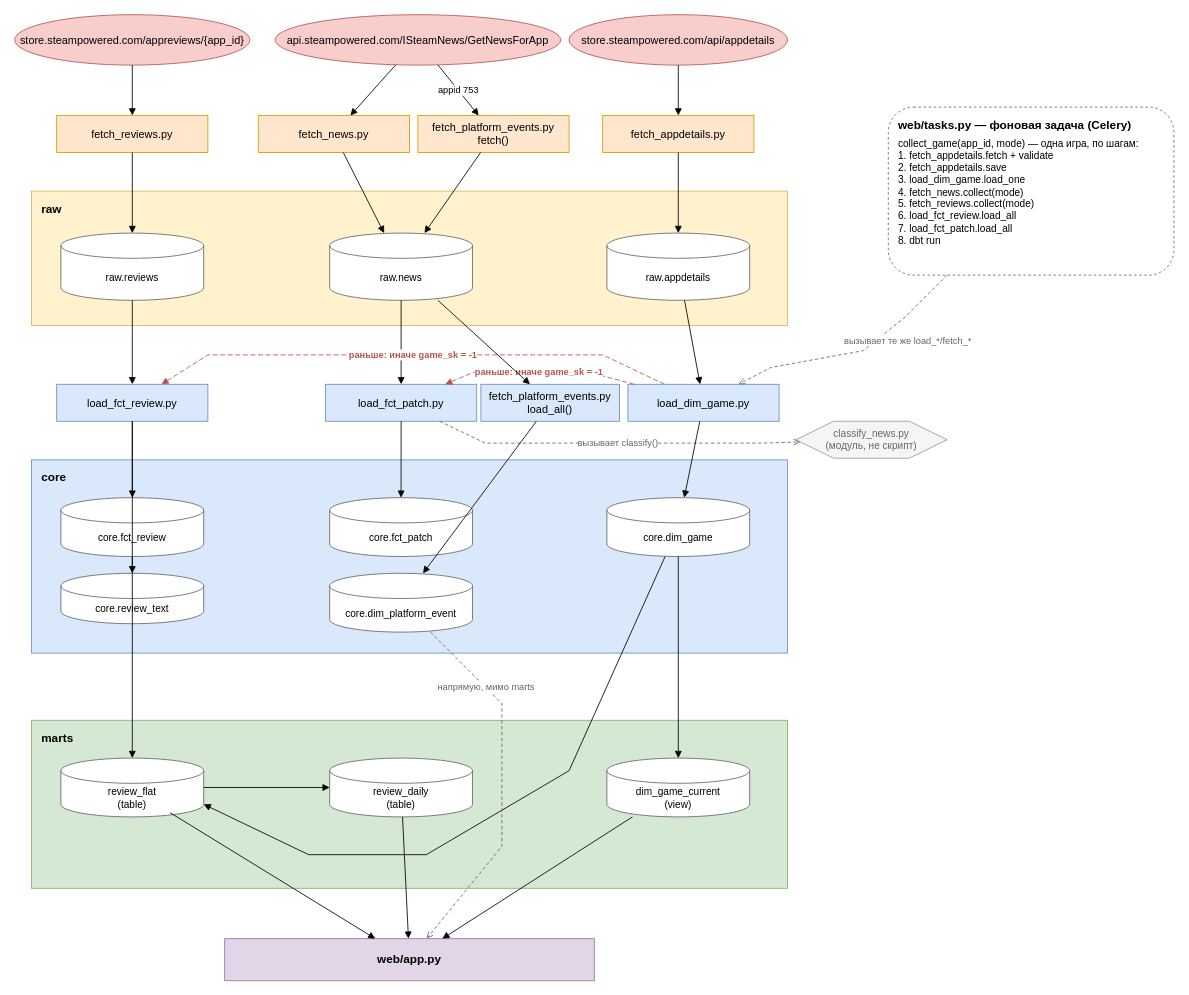
The draw.io diagram docs/er/pipeline.drawio in lebedev-ay/steam-health, before the edit. Source tidied: cells renumbered, new cells numbered last; positions are measured from the earlier drawing's top-left corner, leaving out a move shared by most shapes. Both pictures are drawn from the tidied source at 84%, with x=0, y=0 at pixel (14, 14).
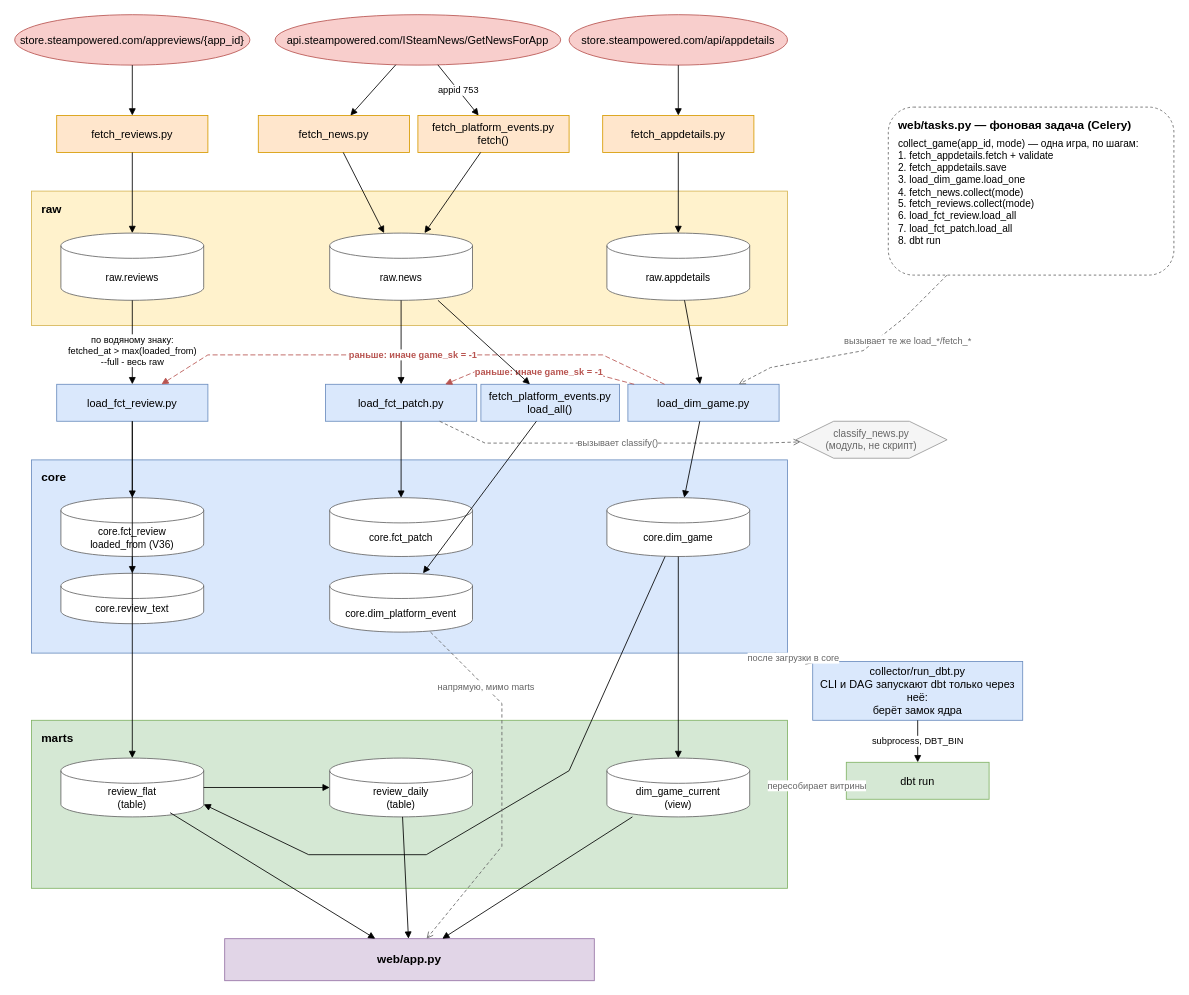
Above is the later version.

Commit message (it also covers changes not shown here):
docs: схема оркестрации, водяной знак и run_dbt.py на схеме данных

pipeline.drawio: отбор raw.reviews по loaded_from, колонка loaded_from в core.fct_review, обёртка run_dbt.py между ядром и витринами. orchestration.drawio - новая схема: кнопка через Celery и DAG steam_daily по расписанию сходятся на одном advisory-замке.

Unchanged cells that the change refers to:
```xml
<mxCell id="12" value="raw.reviews" style="shape=cylinder3;whiteSpace=wrap;html=1;boundedLbl=1;backgroundOutline=1;size=15;fontSize=12;fillColor=#ffffff;strokeColor=#666666;" parent="1" vertex="1">
  <mxGeometry x="55" y="260" width="170" height="80" as="geometry" />
</mxCell>
<mxCell id="18" value="load_fct_review.py" style="rounded=0;whiteSpace=wrap;html=1;fillColor=#dae8fc;strokeColor=#6c8ebf;fontSize=13;" parent="1" vertex="1">
  <mxGeometry x="50" y="440" width="180" height="44" as="geometry" />
</mxCell>
<mxCell id="28" value="core" style="rounded=0;whiteSpace=wrap;html=1;fillColor=#dae8fc;strokeColor=#6c8ebf;verticalAlign=top;align=left;spacingLeft=10;spacingTop=6;fontSize=14;fontStyle=1;" parent="1" vertex="1">
  <mxGeometry x="20" y="530" width="900" height="230" as="geometry" />
</mxCell>
<mxCell id="37" value="marts" style="rounded=0;whiteSpace=wrap;html=1;fillColor=#d5e8d4;strokeColor=#82b366;verticalAlign=top;align=left;spacingLeft=10;spacingTop=6;fontSize=14;fontStyle=1;" parent="1" vertex="1">
  <mxGeometry x="20" y="840" width="900" height="200" as="geometry" />
</mxCell>
```

What changed in the source:
```diff
@@
-    <mxCell id="21" style="html=1;endArrow=block;elbow=vertical;rounded=0;fontSize=11;" parent="1" edge="1" source="12" target="18">
-      <mxGeometry relative="1" as="geometry" />
+    <mxCell id="21" value="по водяному знаку:&lt;br&gt;fetched_at &amp;gt; max(loaded_from)&lt;br&gt;--full - весь raw" style="html=1;endArrow=block;elbow=vertical;rounded=0;fontSize=11;labelBackgroundColor=#ffffff;" parent="1" edge="1" source="12" target="18">
+      <mxGeometry relative="1" as="geometry">
+        <mxPoint y="10" as="offset" />
+      </mxGeometry>
     </mxCell>
@@
-    <mxCell id="29" value="core.fct_review" style="shape=cylinder3;whiteSpace=wrap;html=1;boundedLbl=1;backgroundOutline=1;size=15;fontSize=12;fillColor=#ffffff;strokeColor=#666666;" parent="1" vertex="1">
+    <mxCell id="29" value="core.fct_review&lt;br&gt;loaded_from (V36)" style="shape=cylinder3;whiteSpace=wrap;html=1;boundedLbl=1;backgroundOutline=1;size=15;fontSize=12;fillColor=#ffffff;strokeColor=#666666;" parent="1" vertex="1">
       <mxGeometry x="55" y="575" width="170" height="70" as="geometry" />
     </mxCell>
@@
+    <mxCell id="60" value="collector/run_dbt.py&lt;br&gt;CLI и DAG запускают dbt только через неё:&lt;br&gt;берёт замок ядра" style="rounded=0;whiteSpace=wrap;html=1;fillColor=#dae8fc;strokeColor=#6c8ebf;fontSize=13;" parent="1" vertex="1">
+      <mxGeometry x="950" y="770" width="250" height="70" as="geometry" />
+    </mxCell>
+    <mxCell id="61" value="dbt run" style="rounded=0;whiteSpace=wrap;html=1;fillColor=#d5e8d4;strokeColor=#82b366;fontSize=13;" parent="1" vertex="1">
+      <mxGeometry x="990" y="890" width="170" height="44" as="geometry" />
+    </mxCell>
+    <mxCell id="62" value="subprocess, DBT_BIN" style="html=1;endArrow=block;elbow=vertical;rounded=0;fontSize=11;" parent="1" edge="1" source="60" target="61">
+      <mxGeometry relative="1" as="geometry" />
+    </mxCell>
+    <mxCell id="63" value="после загрузки в core" style="html=1;endArrow=open;dashed=1;dashPattern=4 3;rounded=0;fontSize=11;strokeColor=#666666;fontColor=#666666;" parent="1" edge="1" source="28" target="60">
+      <mxGeometry relative="1" as="geometry" />
+    </mxCell>
+    <mxCell id="64" value="пересобирает витрины" style="html=1;endArrow=open;dashed=1;dashPattern=4 3;rounded=0;fontSize=11;strokeColor=#666666;fontColor=#666666;" parent="1" edge="1" source="61" target="37">
+      <mxGeometry relative="1" as="geometry" />
+    </mxCell>
```
